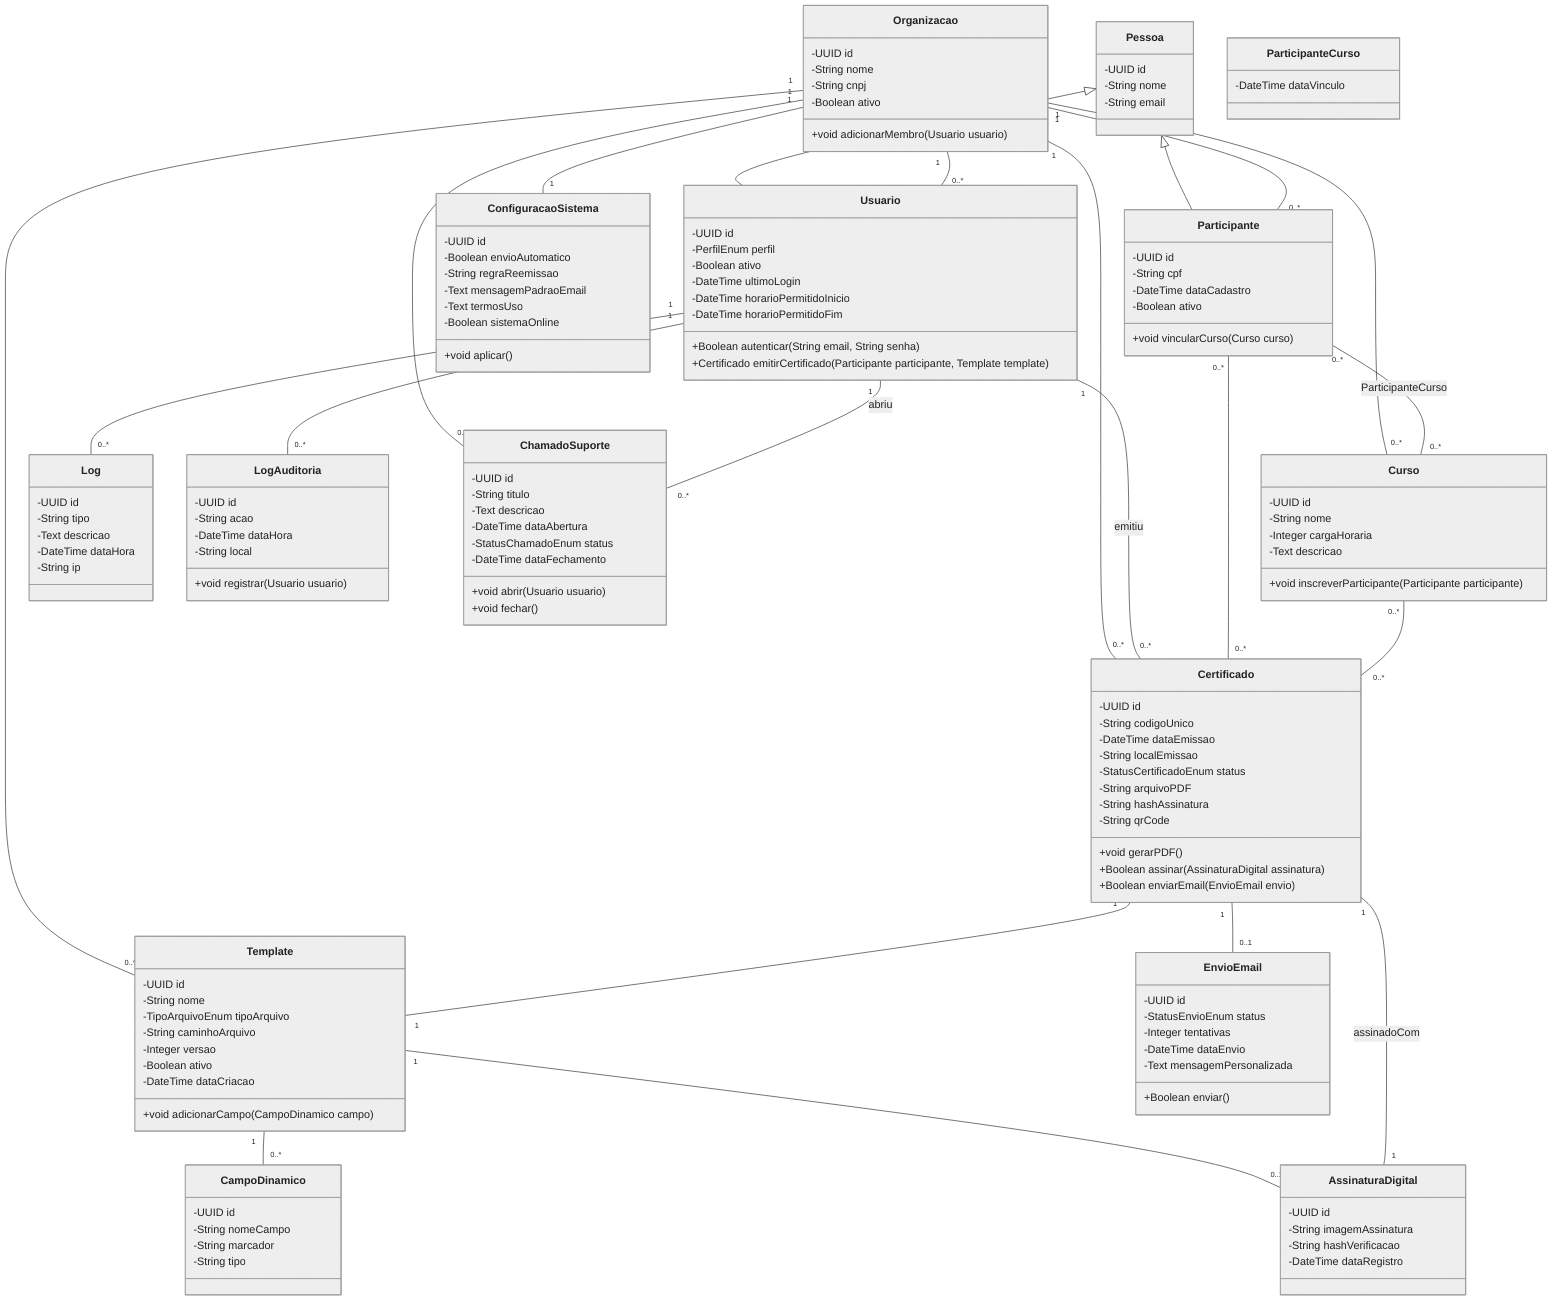
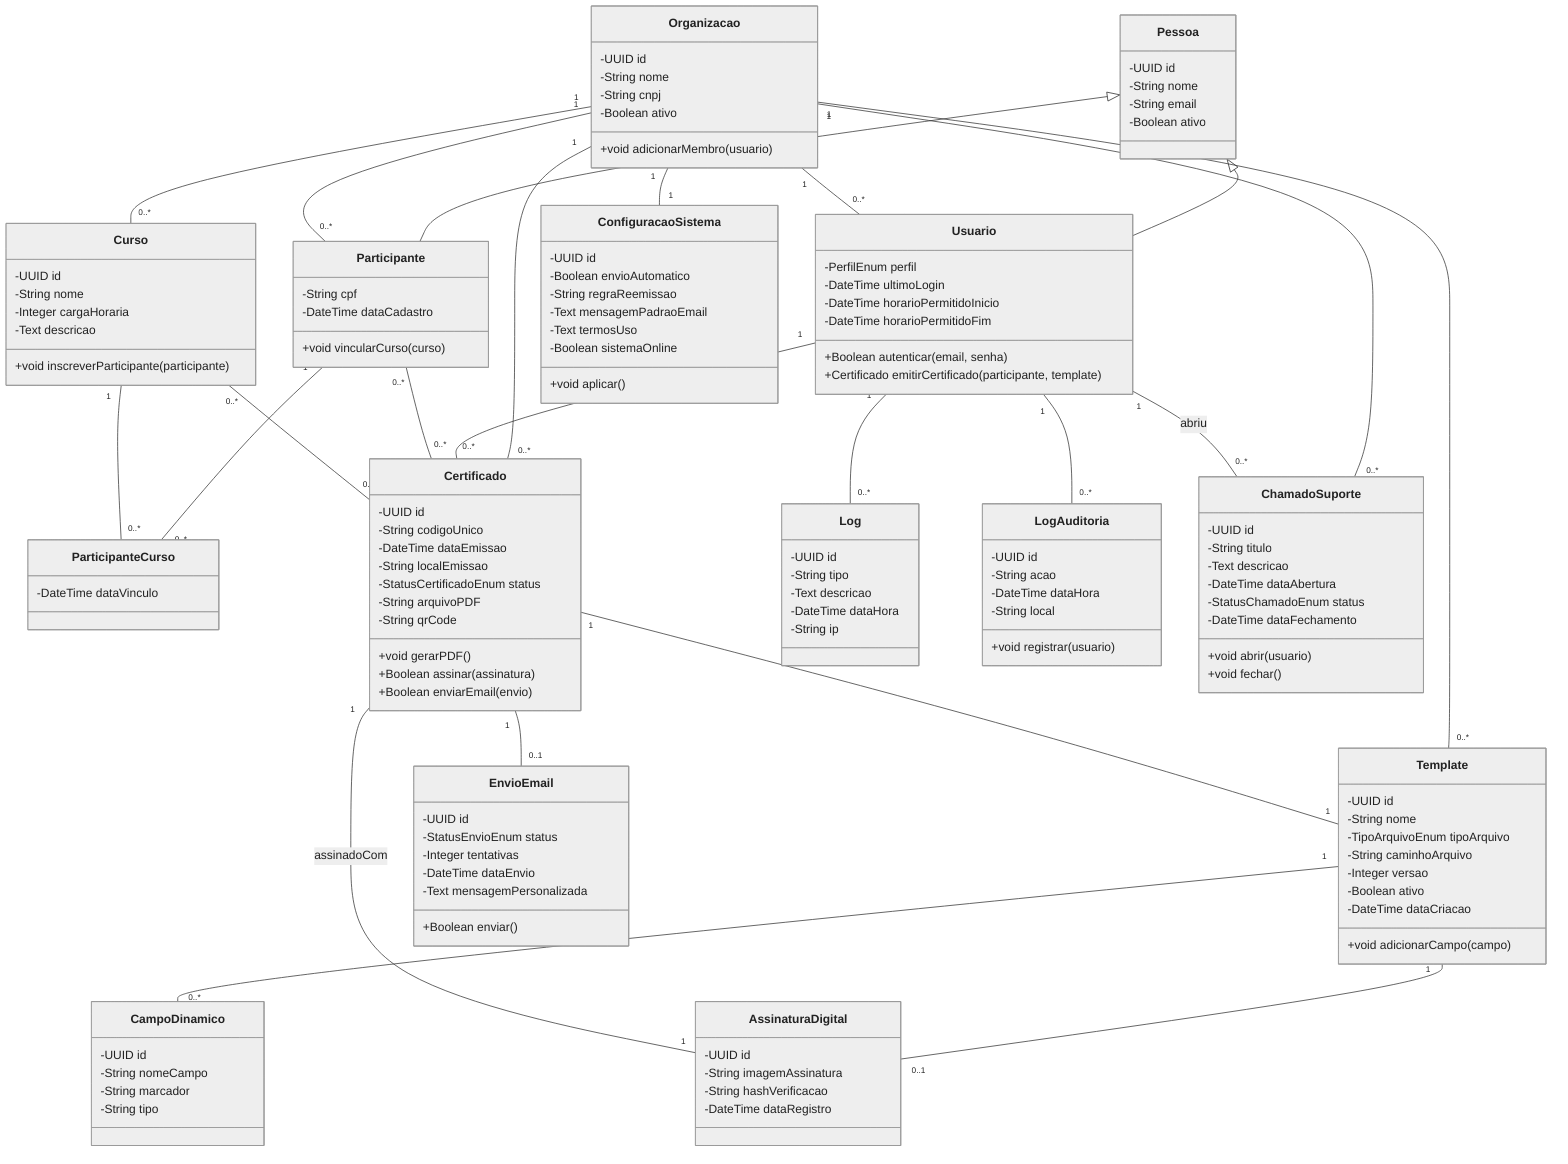
%%{init: {'theme': 'neutral', 'themeVariables': {'lineColor': '#333333', 'primaryTextColor': '#222222', 'primaryColor': '#f4f4f4', 'primaryBorderColor': '#333333', 'secondaryColor': '#ffffff'}}}%%
classDiagram
    class Pessoa {
      -UUID id
      -String nome
      -String email
+       -Boolean ativo
    }
    class Usuario {
-       -UUID id
      -PerfilEnum perfil
-       -Boolean ativo
      -DateTime ultimoLogin
      -DateTime horarioPermitidoInicio
      -DateTime horarioPermitidoFim
-       +Boolean autenticar(String email, String senha)
-       +Certificado emitirCertificado(Participante participante, Template template)
+       +Boolean autenticar(email, senha)
+       +Certificado emitirCertificado(participante, template)
    }
    class Participante {
-       -UUID id
      -String cpf
      -DateTime dataCadastro
-       -Boolean ativo
-       +void vincularCurso(Curso curso)
+       +void vincularCurso(curso)
    }
    class Organizacao {
      -UUID id
      -String nome
      -String cnpj
      -Boolean ativo
-       +void adicionarMembro(Usuario usuario)
+       +void adicionarMembro(usuario)
    }
    class Curso {
      -UUID id
      -String nome
      -Integer cargaHoraria
      -Text descricao
-       +void inscreverParticipante(Participante participante)
+       +void inscreverParticipante(participante)
    }
    class ParticipanteCurso {
      -DateTime dataVinculo
    }
    class Template {
      -UUID id
      -String nome
      -TipoArquivoEnum tipoArquivo
      -String caminhoArquivo
      -Integer versao
      -Boolean ativo
      -DateTime dataCriacao
-       +void adicionarCampo(CampoDinamico campo)
+       +void adicionarCampo(campo)
    }
    class CampoDinamico {
      -UUID id
      -String nomeCampo
      -String marcador
      -String tipo
    }
    class AssinaturaDigital {
      -UUID id
      -String imagemAssinatura
      -String hashVerificacao
      -DateTime dataRegistro
    }
    class Certificado {
      -UUID id
      -String codigoUnico
      -DateTime dataEmissao
      -String localEmissao
      -StatusCertificadoEnum status
      -String arquivoPDF
-       -String hashAssinatura
      -String qrCode
      +void gerarPDF()
-       +Boolean assinar(AssinaturaDigital assinatura)
-       +Boolean enviarEmail(EnvioEmail envio)
+       +Boolean assinar(assinatura)
+       +Boolean enviarEmail(envio)
    }
    class EnvioEmail {
      -UUID id
      -StatusEnvioEnum status
      -Integer tentativas
      -DateTime dataEnvio
      -Text mensagemPersonalizada
      +Boolean enviar()
    }
    class Log {
      -UUID id
      -String tipo
      -Text descricao
      -DateTime dataHora
      -String ip
    }
    class LogAuditoria {
      -UUID id
      -String acao
      -DateTime dataHora
      -String local
-       +void registrar(Usuario usuario)
+       +void registrar(usuario)
    }
    class ConfiguracaoSistema {
      -UUID id
      -Boolean envioAutomatico
      -String regraReemissao
      -Text mensagemPadraoEmail
      -Text termosUso
      -Boolean sistemaOnline
      +void aplicar()
    }
    class ChamadoSuporte {
      -UUID id
      -String titulo
      -Text descricao
      -DateTime dataAbertura
      -StatusChamadoEnum status
      -DateTime dataFechamento
-       +void abrir(Usuario usuario)
+       +void abrir(usuario)
      +void fechar()
    }

    Pessoa <|-- Usuario
    Pessoa <|-- Participante

    Organizacao "1" -- "0..*" Usuario
    Organizacao "1" -- "0..*" Participante
    Organizacao "1" -- "0..*" Curso
    Organizacao "1" -- "0..*" Template
    Organizacao "1" -- "0..*" Certificado
    Organizacao "1" -- "1" ConfiguracaoSistema
    Organizacao "1" -- "0..*" ChamadoSuporte

-     Participante "0..*" -- "0..*" Curso : ParticipanteCurso
+     Participante "1" -- "0..*" ParticipanteCurso
+     Curso "1" -- "0..*" ParticipanteCurso
    Template "1" -- "0..*" CampoDinamico
    Template "1" -- "0..1" AssinaturaDigital

    Usuario "1" -- "0..*" Certificado : emitiu
    Usuario "1" -- "0..*" Log
    Usuario "1" -- "0..*" LogAuditoria
    Usuario "1" -- "0..*" ChamadoSuporte : abriu

    Participante "0..*" -- "0..*" Certificado
    Curso "0..*" -- "0..*" Certificado

    Certificado "1" -- "0..1" EnvioEmail
    Certificado "1" -- "1" Template
    Certificado "1" -- "1" AssinaturaDigital : assinadoCom
